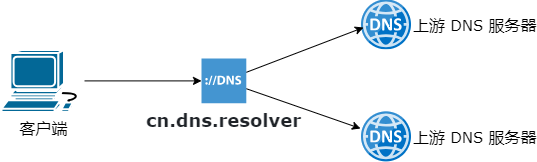
dnsTeam/dns.resolver keeps this draw.io diagram as img/topology.png. Above is the earlier version. Source tidied: cells renumbered, new cells last; positions are measured from the earlier drawing's top-left corner, leaving out a move shared by most shapes.
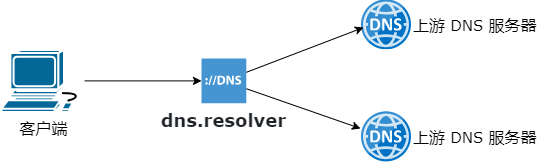
After the commit.

Change to the diagram source:
```diff
@@ -20,7 +20,7 @@
     <mxCell id="7" style="rounded=0;jettySize=auto;html=1;entryX=-0.02;entryY=0.332;entryDx=0;entryDy=0;entryPerimeter=0;" parent="1" edge="1" source="8" target="6">
       <mxGeometry relative="1" as="geometry" />
     </mxCell>
-    <mxCell id="8" value="&lt;h2 style=&quot;box-sizing: border-box; margin-bottom: 16px; line-height: 120%; padding-bottom: 0.3em; border-bottom: 1px solid var(--borderColor-muted, var(--color-border-muted)); text-align: start; background-color: rgb(255, 255, 255); margin-top: 0px !important;&quot; dir=&quot;auto&quot; tabindex=&quot;-1&quot;&gt;&lt;font face=&quot;Verdana&quot; color=&quot;#1f2328&quot;&gt;cn.dns.resolver&lt;/font&gt;&lt;br&gt;&lt;/h2&gt;" style="shadow=0;dashed=0;html=1;strokeColor=none;fillColor=#4495D1;labelPosition=center;verticalLabelPosition=bottom;verticalAlign=top;align=center;outlineConnect=0;shape=mxgraph.veeam.dns;" parent="1" vertex="1">
+    <mxCell id="8" value="&lt;h2 style=&quot;box-sizing: border-box; margin-bottom: 16px; line-height: 120%; padding-bottom: 0.3em; border-bottom: 1px solid var(--borderColor-muted, var(--color-border-muted)); text-align: start; background-color: rgb(255, 255, 255); margin-top: 0px !important;&quot; dir=&quot;auto&quot; tabindex=&quot;-1&quot;&gt;&lt;font face=&quot;Verdana&quot; color=&quot;#1f2328&quot;&gt;dns.resolver&lt;/font&gt;&lt;br&gt;&lt;/h2&gt;" style="shadow=0;dashed=0;html=1;strokeColor=none;fillColor=#4495D1;labelPosition=center;verticalLabelPosition=bottom;verticalAlign=top;align=center;outlineConnect=0;shape=mxgraph.veeam.dns;" parent="1" vertex="1">
       <mxGeometry x="200" y="59" width="44.8" height="44.8" as="geometry" />
     </mxCell>
   </root>
```
